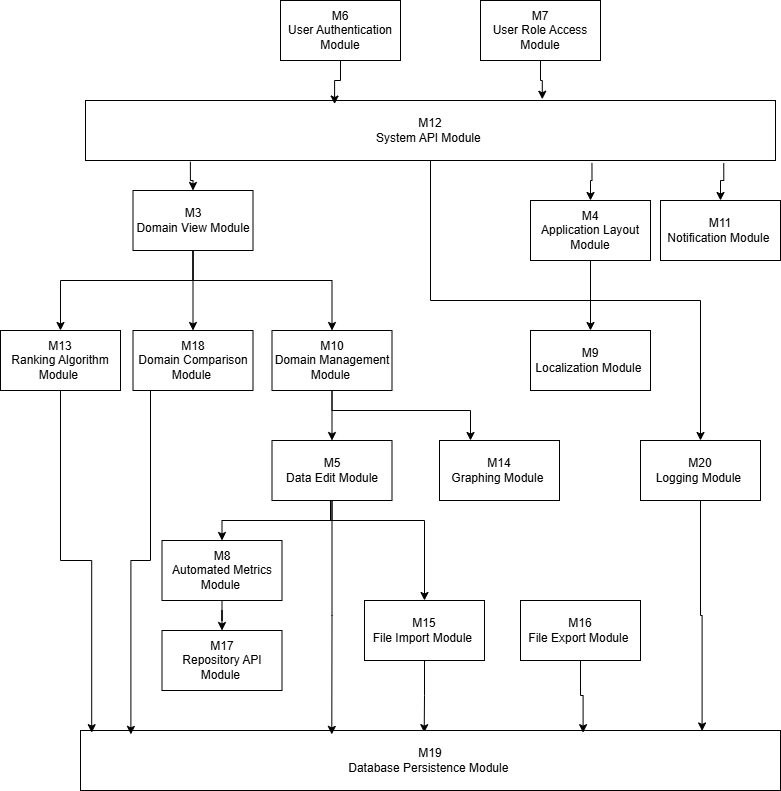
Before: docs/Design/SoftArchitecture/images/UsesHierarchy.png, a diagram exported from draw.io (thaafei/capstone-sfw2026). Source tidied: cells renumbered, new cells last; positions are measured from the earlier drawing's top-left corner, leaving out a move shared by most shapes.
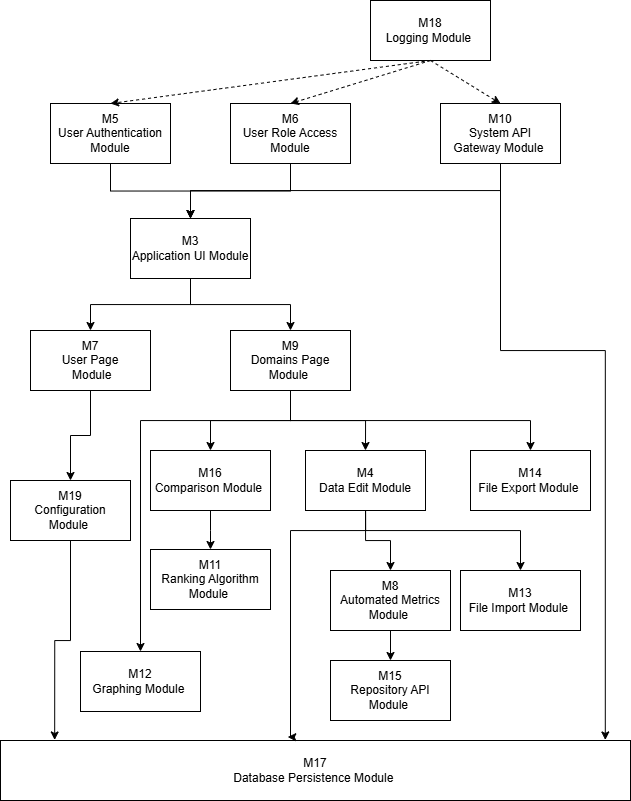
The same file after the commit.

The edit, as a diff of the source:
```diff
@@ -2,151 +2,150 @@
   <root>
     <mxCell id="0" />
     <mxCell id="1" parent="0" />
-    <mxCell id="2" style="edgeStyle=orthogonalEdgeStyle;rounded=0;jettySize=auto;html=1;entryX=0.5;entryY=0;entryDx=0;entryDy=0;" parent="1" edge="1" source="5" target="38">
-      <mxGeometry relative="1" as="geometry">
-        <Array as="points">
-          <mxPoint x="193" y="280" />
-          <mxPoint x="60" y="280" />
-        </Array>
-      </mxGeometry>
-    </mxCell>
-    <mxCell id="3" style="edgeStyle=orthogonalEdgeStyle;rounded=0;jettySize=auto;html=1;entryX=0.5;entryY=0;entryDx=0;entryDy=0;" parent="1" edge="1" source="5" target="39">
-      <mxGeometry relative="1" as="geometry" />
-    </mxCell>
-    <mxCell id="4" style="edgeStyle=orthogonalEdgeStyle;rounded=0;jettySize=auto;html=1;entryX=0.5;entryY=0;entryDx=0;entryDy=0;" parent="1" edge="1" source="5" target="15">
-      <mxGeometry relative="1" as="geometry">
-        <Array as="points">
-          <mxPoint x="193" y="280" />
-          <mxPoint x="332" y="280" />
-        </Array>
-      </mxGeometry>
-    </mxCell>
-    <mxCell id="5" value="M3&lt;br&gt;Domain View Module" style="rounded=0;whiteSpace=wrap;html=1;" parent="1" vertex="1">
-      <mxGeometry x="132.5" y="190" width="120" height="60" as="geometry" />
-    </mxCell>
-    <mxCell id="6" style="edgeStyle=orthogonalEdgeStyle;rounded=0;jettySize=auto;html=1;" parent="1" edge="1" source="8" target="12">
-      <mxGeometry relative="1" as="geometry" />
-    </mxCell>
-    <mxCell id="7" style="edgeStyle=orthogonalEdgeStyle;rounded=0;jettySize=auto;html=1;entryX=0.5;entryY=0;entryDx=0;entryDy=0;exitX=0.5;exitY=1;exitDx=0;exitDy=0;" parent="1" edge="1" source="8" target="20">
-      <mxGeometry relative="1" as="geometry">
-        <Array as="points">
-          <mxPoint x="330" y="500" />
-          <mxPoint x="330" y="520" />
-          <mxPoint x="424" y="520" />
-        </Array>
-      </mxGeometry>
-    </mxCell>
-    <mxCell id="8" value="M5&lt;br&gt;Data Edit Module" style="rounded=0;whiteSpace=wrap;html=1;" parent="1" vertex="1">
-      <mxGeometry x="271.5" y="440" width="120" height="60" as="geometry" />
-    </mxCell>
-    <mxCell id="9" value="M6&lt;br&gt;User Authentication Module" style="rounded=0;whiteSpace=wrap;html=1;" parent="1" vertex="1">
-      <mxGeometry x="280" width="120" height="60" as="geometry" />
-    </mxCell>
-    <mxCell id="10" value="M7&lt;br&gt;User Role Access Module" style="rounded=0;whiteSpace=wrap;html=1;" parent="1" vertex="1">
-      <mxGeometry x="480" width="120" height="60" as="geometry" />
-    </mxCell>
-    <mxCell id="11" style="edgeStyle=orthogonalEdgeStyle;rounded=0;jettySize=auto;html=1;entryX=0.5;entryY=0;entryDx=0;entryDy=0;" parent="1" edge="1" source="12" target="22">
-      <mxGeometry relative="1" as="geometry" />
-    </mxCell>
+    <mxCell id="42" style="edgeStyle=orthogonalEdgeStyle;rounded=0;jettySize=auto;html=1;entryX=0.5;entryY=0;entryDx=0;entryDy=0;" parent="1" edge="1" source="44" target="12">
+      <mxGeometry relative="1" as="geometry" />
+    </mxCell>
+    <mxCell id="43" style="edgeStyle=orthogonalEdgeStyle;rounded=0;jettySize=auto;html=1;entryX=0.5;entryY=0;entryDx=0;entryDy=0;" parent="1" edge="1" source="44" target="71">
+      <mxGeometry relative="1" as="geometry">
+        <Array as="points">
+          <mxPoint x="196.5" y="500" />
+          <mxPoint x="351.5" y="500" />
+        </Array>
+      </mxGeometry>
+    </mxCell>
+    <mxCell id="44" value="M4&lt;br&gt;Data Edit Module" style="rounded=0;whiteSpace=wrap;html=1;" parent="1" vertex="1">
+      <mxGeometry x="136.5" y="420" width="120" height="60" as="geometry" />
+    </mxCell>
+    <mxCell id="45" style="edgeStyle=orthogonalEdgeStyle;rounded=0;jettySize=auto;html=1;entryX=0.5;entryY=0;entryDx=0;entryDy=0;" parent="1" edge="1" source="46" target="62">
+      <mxGeometry relative="1" as="geometry" />
+    </mxCell>
+    <mxCell id="46" value="M5&lt;br&gt;User Authentication Module" style="rounded=0;whiteSpace=wrap;html=1;" parent="1" vertex="1">
+      <mxGeometry x="-118.5" y="73" width="120" height="60" as="geometry" />
+    </mxCell>
+    <mxCell id="47" style="edgeStyle=orthogonalEdgeStyle;rounded=0;jettySize=auto;html=1;entryX=0.5;entryY=0;entryDx=0;entryDy=0;" parent="1" edge="1" source="48" target="62">
+      <mxGeometry relative="1" as="geometry" />
+    </mxCell>
+    <mxCell id="48" value="M6&lt;br&gt;User Role Access Module" style="rounded=0;whiteSpace=wrap;html=1;" parent="1" vertex="1">
+      <mxGeometry x="61.5" y="73" width="120" height="60" as="geometry" />
+    </mxCell>
+    <mxCell id="49" style="edgeStyle=orthogonalEdgeStyle;rounded=0;jettySize=auto;html=1;entryX=0.5;entryY=0;entryDx=0;entryDy=0;" parent="1" edge="1" source="12" target="57">
+      <mxGeometry relative="1" as="geometry" />
+    </mxCell>
     <mxCell id="12" value="M8&lt;br&gt;Automated Metrics Module&amp;nbsp;" style="rounded=0;whiteSpace=wrap;html=1;" parent="1" vertex="1">
       <mxGeometry x="161.5" y="540" width="120" height="60" as="geometry" />
     </mxCell>
-    <mxCell id="13" style="edgeStyle=orthogonalEdgeStyle;rounded=0;jettySize=auto;html=1;entryX=0.5;entryY=0;entryDx=0;entryDy=0;" parent="1" edge="1" source="15" target="8">
-      <mxGeometry relative="1" as="geometry" />
-    </mxCell>
-    <mxCell id="14" style="edgeStyle=orthogonalEdgeStyle;rounded=0;jettySize=auto;html=1;exitX=0.5;exitY=1;exitDx=0;exitDy=0;" parent="1" edge="1" source="15" target="18">
-      <mxGeometry relative="1" as="geometry">
-        <Array as="points">
-          <mxPoint x="332" y="410" />
-          <mxPoint x="470" y="410" />
-        </Array>
-      </mxGeometry>
-    </mxCell>
-    <mxCell id="15" value="M10&lt;br&gt; Domain Management Module&amp;nbsp;" style="rounded=0;whiteSpace=wrap;html=1;" parent="1" vertex="1">
-      <mxGeometry x="271.5" y="330" width="120" height="60" as="geometry" />
-    </mxCell>
-    <mxCell id="16" style="edgeStyle=orthogonalEdgeStyle;rounded=0;jettySize=auto;html=1;entryX=0.5;entryY=0;entryDx=0;entryDy=0;" parent="1" edge="1" source="17" target="36">
-      <mxGeometry relative="1" as="geometry" />
-    </mxCell>
-    <mxCell id="17" value="M12&lt;br&gt;System API Module&amp;nbsp;" style="rounded=0;whiteSpace=wrap;html=1;" parent="1" vertex="1">
-      <mxGeometry x="85" y="100" width="690" height="60" as="geometry" />
-    </mxCell>
-    <mxCell id="18" value="M14&lt;br&gt;Graphing Module&amp;nbsp;" style="rounded=0;whiteSpace=wrap;html=1;" parent="1" vertex="1">
-      <mxGeometry x="439" y="440" width="120" height="60" as="geometry" />
-    </mxCell>
-    <mxCell id="19" style="edgeStyle=orthogonalEdgeStyle;rounded=0;jettySize=auto;html=1;entryX=0.491;entryY=0.036;entryDx=0;entryDy=0;entryPerimeter=0;" parent="1" edge="1" source="20" target="26">
-      <mxGeometry relative="1" as="geometry" />
-    </mxCell>
-    <mxCell id="20" value="M15&lt;br&gt;File Import Module&amp;nbsp;" style="rounded=0;whiteSpace=wrap;html=1;" parent="1" vertex="1">
-      <mxGeometry x="364" y="600" width="120" height="60" as="geometry" />
-    </mxCell>
-    <mxCell id="21" value="M16&lt;br&gt;File Export Module&amp;nbsp;" style="rounded=0;whiteSpace=wrap;html=1;" parent="1" vertex="1">
-      <mxGeometry x="520" y="600" width="120" height="60" as="geometry" />
-    </mxCell>
-    <mxCell id="22" value="M17&lt;br&gt;Repository API Module&amp;nbsp;" style="rounded=0;whiteSpace=wrap;html=1;" parent="1" vertex="1">
-      <mxGeometry x="161.5" y="630" width="120" height="60" as="geometry" />
-    </mxCell>
-    <mxCell id="23" style="edgeStyle=orthogonalEdgeStyle;rounded=0;orthogonalLoop=1;jettySize=auto;html=1;exitX=0.5;exitY=1;exitDx=0;exitDy=0;" parent="1" edge="1" source="22" target="22">
-      <mxGeometry relative="1" as="geometry" />
-    </mxCell>
-    <mxCell id="24" style="edgeStyle=orthogonalEdgeStyle;rounded=0;jettySize=auto;html=1;entryX=0.361;entryY=0.059;entryDx=0;entryDy=0;entryPerimeter=0;" parent="1" edge="1" source="9" target="17">
-      <mxGeometry relative="1" as="geometry" />
-    </mxCell>
-    <mxCell id="25" style="edgeStyle=orthogonalEdgeStyle;rounded=0;jettySize=auto;html=1;entryX=0.662;entryY=-0.021;entryDx=0;entryDy=0;entryPerimeter=0;" parent="1" edge="1" source="10" target="17">
-      <mxGeometry relative="1" as="geometry" />
-    </mxCell>
-    <mxCell id="26" value="M19&lt;br&gt;Database Persistence Module&amp;nbsp;" style="rounded=0;whiteSpace=wrap;html=1;" parent="1" vertex="1">
-      <mxGeometry x="80" y="730" width="700" height="60" as="geometry" />
-    </mxCell>
-    <mxCell id="27" style="edgeStyle=orthogonalEdgeStyle;rounded=0;jettySize=auto;html=1;entryX=0.359;entryY=0.065;entryDx=0;entryDy=0;entryPerimeter=0;" parent="1" edge="1" source="8" target="26">
-      <mxGeometry relative="1" as="geometry" />
-    </mxCell>
-    <mxCell id="28" style="edgeStyle=orthogonalEdgeStyle;rounded=0;jettySize=auto;html=1;" parent="1" edge="1" source="29" target="30">
-      <mxGeometry relative="1" as="geometry" />
-    </mxCell>
-    <mxCell id="29" value="M4&lt;br&gt;Application Layout Module" style="rounded=0;whiteSpace=wrap;html=1;" parent="1" vertex="1">
-      <mxGeometry x="530" y="200" width="120" height="60" as="geometry" />
-    </mxCell>
-    <mxCell id="30" value="M9&lt;br&gt;Localization Module&amp;nbsp;" style="rounded=0;whiteSpace=wrap;html=1;" parent="1" vertex="1">
-      <mxGeometry x="530" y="330" width="120" height="60" as="geometry" />
-    </mxCell>
-    <mxCell id="31" value="M11&lt;br&gt;Notification Module&amp;nbsp;" style="rounded=0;whiteSpace=wrap;html=1;" parent="1" vertex="1">
-      <mxGeometry x="660" y="200" width="120" height="60" as="geometry" />
-    </mxCell>
-    <mxCell id="32" style="edgeStyle=orthogonalEdgeStyle;rounded=0;jettySize=auto;html=1;exitX=0.152;exitY=1.021;exitDx=0;exitDy=0;exitPerimeter=0;" parent="1" edge="1" source="17" target="5">
-      <mxGeometry relative="1" as="geometry" />
-    </mxCell>
-    <mxCell id="33" style="edgeStyle=orthogonalEdgeStyle;rounded=0;jettySize=auto;html=1;exitX=0.734;exitY=1.041;exitDx=0;exitDy=0;exitPerimeter=0;" parent="1" edge="1" source="17" target="29">
-      <mxGeometry relative="1" as="geometry" />
-    </mxCell>
-    <mxCell id="34" style="edgeStyle=orthogonalEdgeStyle;rounded=0;jettySize=auto;html=1;exitX=0.925;exitY=1.042;exitDx=0;exitDy=0;exitPerimeter=0;" parent="1" edge="1" source="17" target="31">
-      <mxGeometry relative="1" as="geometry" />
-    </mxCell>
-    <mxCell id="35" style="edgeStyle=orthogonalEdgeStyle;rounded=0;jettySize=auto;html=1;entryX=0.718;entryY=0.036;entryDx=0;entryDy=0;entryPerimeter=0;" parent="1" edge="1" source="21" target="26">
-      <mxGeometry relative="1" as="geometry" />
-    </mxCell>
-    <mxCell id="36" value="M20&lt;br&gt;Logging Module&amp;nbsp;" style="rounded=0;whiteSpace=wrap;html=1;" parent="1" vertex="1">
-      <mxGeometry x="640" y="440" width="120" height="60" as="geometry" />
-    </mxCell>
-    <mxCell id="37" style="edgeStyle=orthogonalEdgeStyle;rounded=0;jettySize=auto;html=1;entryX=0.888;entryY=0.008;entryDx=0;entryDy=0;entryPerimeter=0;" parent="1" edge="1" source="36" target="26">
-      <mxGeometry relative="1" as="geometry" />
-    </mxCell>
-    <mxCell id="38" value="M13&lt;br&gt;Ranking Algorithm Module&amp;nbsp;" style="rounded=0;whiteSpace=wrap;html=1;" parent="1" vertex="1">
-      <mxGeometry y="330" width="120" height="60" as="geometry" />
-    </mxCell>
-    <mxCell id="39" value="M18&lt;br&gt;Domain Comparison Module&amp;nbsp;" style="rounded=0;whiteSpace=wrap;html=1;" parent="1" vertex="1">
-      <mxGeometry x="132.5" y="330" width="120" height="60" as="geometry" />
-    </mxCell>
-    <mxCell id="40" style="edgeStyle=orthogonalEdgeStyle;rounded=0;jettySize=auto;html=1;entryX=0.016;entryY=0.036;entryDx=0;entryDy=0;entryPerimeter=0;" parent="1" edge="1" source="38" target="26">
-      <mxGeometry relative="1" as="geometry" />
-    </mxCell>
-    <mxCell id="41" style="edgeStyle=orthogonalEdgeStyle;rounded=0;jettySize=auto;html=1;entryX=0.072;entryY=0.065;entryDx=0;entryDy=0;entryPerimeter=0;" parent="1" edge="1" source="39" target="26">
-      <mxGeometry relative="1" as="geometry">
-        <Array as="points">
-          <mxPoint x="150" y="560" />
-          <mxPoint x="130" y="560" />
-        </Array>
-      </mxGeometry>
-    </mxCell>
+    <mxCell id="50" style="edgeStyle=orthogonalEdgeStyle;rounded=0;jettySize=auto;html=1;entryX=0.5;entryY=0;entryDx=0;entryDy=0;" parent="1" edge="1" source="54" target="65">
+      <mxGeometry relative="1" as="geometry" />
+    </mxCell>
+    <mxCell id="51" style="edgeStyle=orthogonalEdgeStyle;rounded=0;jettySize=auto;html=1;entryX=0.5;entryY=0;entryDx=0;entryDy=0;" parent="1" edge="1" source="54" target="44">
+      <mxGeometry relative="1" as="geometry" />
+    </mxCell>
+    <mxCell id="52" style="edgeStyle=orthogonalEdgeStyle;rounded=0;jettySize=auto;html=1;entryX=0.5;entryY=0;entryDx=0;entryDy=0;" parent="1" edge="1" source="54" target="55">
+      <mxGeometry relative="1" as="geometry">
+        <Array as="points">
+          <mxPoint x="121.5" y="390" />
+          <mxPoint x="-28.5" y="390" />
+        </Array>
+      </mxGeometry>
+    </mxCell>
+    <mxCell id="53" style="edgeStyle=orthogonalEdgeStyle;rounded=0;jettySize=auto;html=1;entryX=0.5;entryY=0;entryDx=0;entryDy=0;" parent="1" edge="1" source="54" target="56">
+      <mxGeometry relative="1" as="geometry">
+        <Array as="points">
+          <mxPoint x="121.5" y="390" />
+          <mxPoint x="361.5" y="390" />
+        </Array>
+      </mxGeometry>
+    </mxCell>
+    <mxCell id="54" value="M9&lt;br&gt; Domains Page Module&amp;nbsp;" style="rounded=0;whiteSpace=wrap;html=1;" parent="1" vertex="1">
+      <mxGeometry x="61.5" y="300" width="120" height="60" as="geometry" />
+    </mxCell>
+    <mxCell id="55" value="M12&lt;br&gt;Graphing Module&amp;nbsp;" style="rounded=0;whiteSpace=wrap;html=1;" parent="1" vertex="1">
+      <mxGeometry x="-88.5" y="621" width="120" height="60" as="geometry" />
+    </mxCell>
+    <mxCell id="56" value="M14&lt;br&gt;File Export Module&amp;nbsp;" style="rounded=0;whiteSpace=wrap;html=1;" parent="1" vertex="1">
+      <mxGeometry x="301.5" y="420" width="120" height="60" as="geometry" />
+    </mxCell>
+    <mxCell id="57" value="M15&lt;br&gt;Repository API Module&amp;nbsp;" style="rounded=0;whiteSpace=wrap;html=1;" parent="1" vertex="1">
+      <mxGeometry x="161.5" y="630" width="120" height="60" as="geometry" />
+    </mxCell>
+    <mxCell id="58" style="edgeStyle=orthogonalEdgeStyle;rounded=0;orthogonalLoop=1;jettySize=auto;html=1;exitX=0.5;exitY=1;exitDx=0;exitDy=0;" parent="1" edge="1" source="57" target="57">
+      <mxGeometry relative="1" as="geometry" />
+    </mxCell>
+    <mxCell id="59" value="M17&lt;br&gt;Database Persistence Module&amp;nbsp;" style="rounded=0;whiteSpace=wrap;html=1;" parent="1" vertex="1">
+      <mxGeometry x="-168.5" y="710" width="630" height="60" as="geometry" />
+    </mxCell>
+    <mxCell id="60" style="edgeStyle=orthogonalEdgeStyle;rounded=0;jettySize=auto;html=1;" parent="1" edge="1" source="62" target="67">
+      <mxGeometry relative="1" as="geometry" />
+    </mxCell>
+    <mxCell id="61" style="edgeStyle=orthogonalEdgeStyle;rounded=0;jettySize=auto;html=1;entryX=0.5;entryY=0;entryDx=0;entryDy=0;" parent="1" edge="1" source="62" target="54">
+      <mxGeometry relative="1" as="geometry" />
+    </mxCell>
+    <mxCell id="62" value="M3&lt;br&gt;Application UI Module" style="rounded=0;whiteSpace=wrap;html=1;" parent="1" vertex="1">
+      <mxGeometry x="-38.5" y="188" width="120" height="60" as="geometry" />
+    </mxCell>
+    <mxCell id="63" value="M18&lt;br&gt;Logging Module&amp;nbsp;" style="rounded=0;whiteSpace=wrap;html=1;" parent="1" vertex="1">
+      <mxGeometry x="201.5" y="-30" width="120" height="60" as="geometry" />
+    </mxCell>
+    <mxCell id="64" value="M11&lt;br&gt;Ranking Algorithm Module&amp;nbsp;" style="rounded=0;whiteSpace=wrap;html=1;" parent="1" vertex="1">
+      <mxGeometry x="-18.5" y="519" width="120" height="60" as="geometry" />
+    </mxCell>
+    <mxCell id="65" value="M16&lt;br&gt;Comparison Module&amp;nbsp;" style="rounded=0;whiteSpace=wrap;html=1;" parent="1" vertex="1">
+      <mxGeometry x="-18.5" y="420" width="120" height="60" as="geometry" />
+    </mxCell>
+    <mxCell id="66" style="edgeStyle=orthogonalEdgeStyle;rounded=0;jettySize=auto;html=1;entryX=0.5;entryY=0;entryDx=0;entryDy=0;" parent="1" edge="1" source="67" target="75">
+      <mxGeometry relative="1" as="geometry" />
+    </mxCell>
+    <mxCell id="67" value="M7&lt;br&gt;User Page&lt;br&gt;&amp;nbsp;Module" style="rounded=0;whiteSpace=wrap;html=1;" parent="1" vertex="1">
+      <mxGeometry x="-138.5" y="300" width="120" height="60" as="geometry" />
+    </mxCell>
+    <mxCell id="68" style="edgeStyle=orthogonalEdgeStyle;rounded=0;jettySize=auto;html=1;entryX=0.5;entryY=0;entryDx=0;entryDy=0;" parent="1" edge="1" source="65" target="64">
+      <mxGeometry relative="1" as="geometry" />
+    </mxCell>
+    <mxCell id="69" style="edgeStyle=orthogonalEdgeStyle;rounded=0;jettySize=auto;html=1;entryX=0.5;entryY=0;entryDx=0;entryDy=0;" parent="1" edge="1" source="70" target="62">
+      <mxGeometry relative="1" as="geometry">
+        <Array as="points">
+          <mxPoint x="331.5" y="160" />
+          <mxPoint x="21.5" y="160" />
+        </Array>
+      </mxGeometry>
+    </mxCell>
+    <mxCell id="70" value="M10&lt;br&gt;System API &lt;br&gt;Gateway Module&amp;nbsp;" style="rounded=0;whiteSpace=wrap;html=1;" parent="1" vertex="1">
+      <mxGeometry x="271.5" y="73" width="120" height="60" as="geometry" />
+    </mxCell>
+    <mxCell id="71" value="M13&lt;br&gt;File Import Module&amp;nbsp;" style="rounded=0;whiteSpace=wrap;html=1;" parent="1" vertex="1">
+      <mxGeometry x="291.5" y="540" width="120" height="60" as="geometry" />
+    </mxCell>
+    <mxCell id="72" style="html=1;labelBackgroundColor=#ffffff;startArrow=none;startFill=0;startSize=6;endArrow=classic;endFill=1;endSize=6;jettySize=auto;strokeWidth=1;dashed=1;fontSize=14;rounded=0;exitX=0.5;exitY=1;exitDx=0;exitDy=0;entryX=0.5;entryY=0;entryDx=0;entryDy=0;" parent="1" edge="1" source="63" target="46">
+      <mxGeometry relative="1" as="geometry" />
+    </mxCell>
+    <mxCell id="73" style="html=1;labelBackgroundColor=#ffffff;startArrow=none;startFill=0;startSize=6;endArrow=classic;endFill=1;endSize=6;jettySize=auto;strokeWidth=1;dashed=1;fontSize=14;rounded=0;exitX=0.5;exitY=1;exitDx=0;exitDy=0;entryX=0.5;entryY=0;entryDx=0;entryDy=0;" parent="1" edge="1" source="63" target="48">
+      <mxGeometry relative="1" as="geometry" />
+    </mxCell>
+    <mxCell id="74" style="html=1;labelBackgroundColor=#ffffff;startArrow=none;startFill=0;startSize=6;endArrow=classic;endFill=1;endSize=6;jettySize=auto;strokeWidth=1;dashed=1;fontSize=14;rounded=0;exitX=0.5;exitY=1;exitDx=0;exitDy=0;entryX=0.5;entryY=0;entryDx=0;entryDy=0;" parent="1" edge="1" source="63" target="70">
+      <mxGeometry relative="1" as="geometry" />
+    </mxCell>
+    <mxCell id="75" value="M19&lt;br&gt;Configuration&lt;br&gt;Module&amp;nbsp;" style="rounded=0;whiteSpace=wrap;html=1;" parent="1" vertex="1">
+      <mxGeometry x="-158.5" y="450" width="120" height="60" as="geometry" />
+    </mxCell>
+    <mxCell id="76" style="edgeStyle=orthogonalEdgeStyle;rounded=0;jettySize=auto;html=1;entryX=0.086;entryY=-0.009;entryDx=0;entryDy=0;entryPerimeter=0;" parent="1" edge="1" source="75" target="59">
+      <mxGeometry relative="1" as="geometry" />
+    </mxCell>
+    <mxCell id="77" style="edgeStyle=orthogonalEdgeStyle;rounded=0;jettySize=auto;html=1;entryX=0.96;entryY=-0.009;entryDx=0;entryDy=0;entryPerimeter=0;" parent="1" edge="1" source="70" target="59">
+      <mxGeometry relative="1" as="geometry">
+        <Array as="points">
+          <mxPoint x="331.5" y="320" />
+          <mxPoint x="436.5" y="320" />
+        </Array>
+      </mxGeometry>
+    </mxCell>
+    <mxCell id="78" style="edgeStyle=orthogonalEdgeStyle;rounded=0;jettySize=auto;html=1;entryX=0.456;entryY=-0.059;entryDx=0;entryDy=0;entryPerimeter=0;exitX=0.5;exitY=1;exitDx=0;exitDy=0;" parent="1" edge="1" source="44" target="59">
+      <mxGeometry relative="1" as="geometry">
+        <Array as="points">
+          <mxPoint x="196.5" y="500" />
+          <mxPoint x="121.5" y="500" />
+          <mxPoint x="121.5" y="707" />
+        </Array>
+      </mxGeometry>
+    </mxCell>
   </root>
 </mxGraphModel>
```
